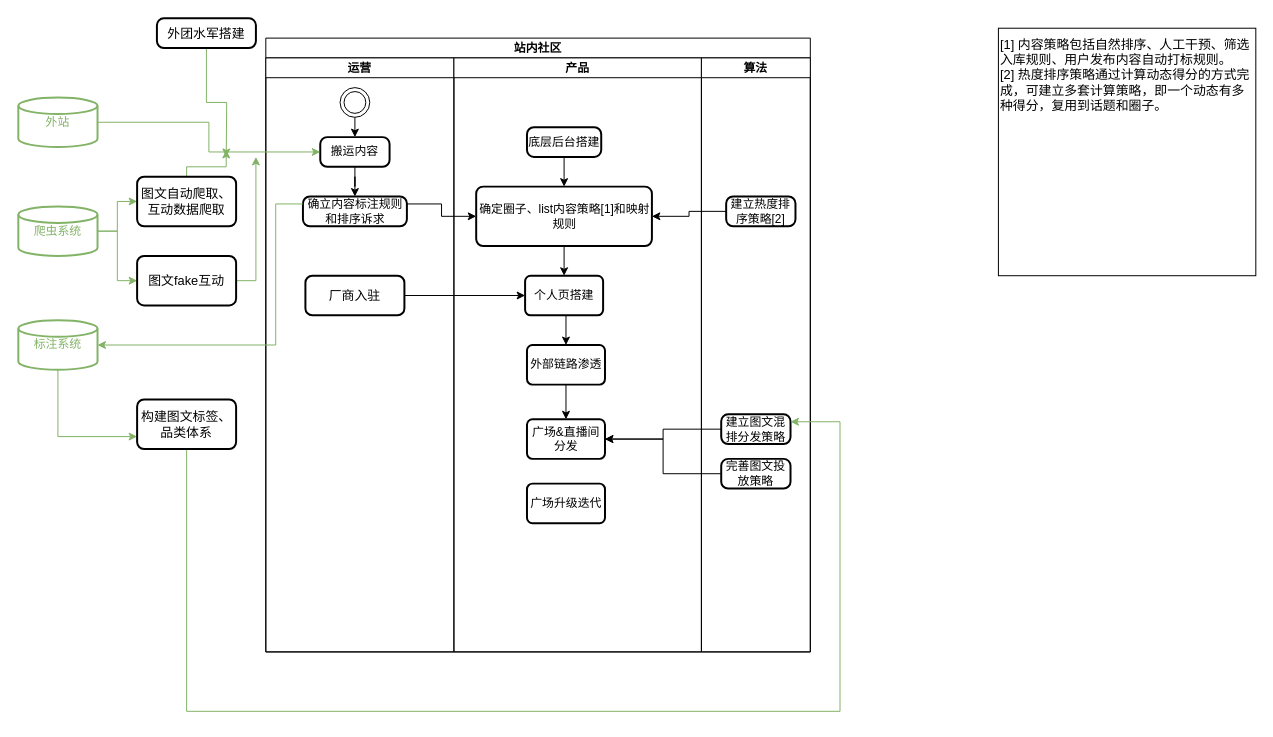
Earlier version of the draw.io diagram huya_community_workflow.drawio (GraceYongqi/huya_design). Source tidied: cells renumbered, new cells numbered last; positions are measured from the earlier drawing's top-left corner, leaving out a move shared by most shapes. Both pictures are drawn from the tidied source at 99%, with x=0, y=0 at pixel (18, 18).
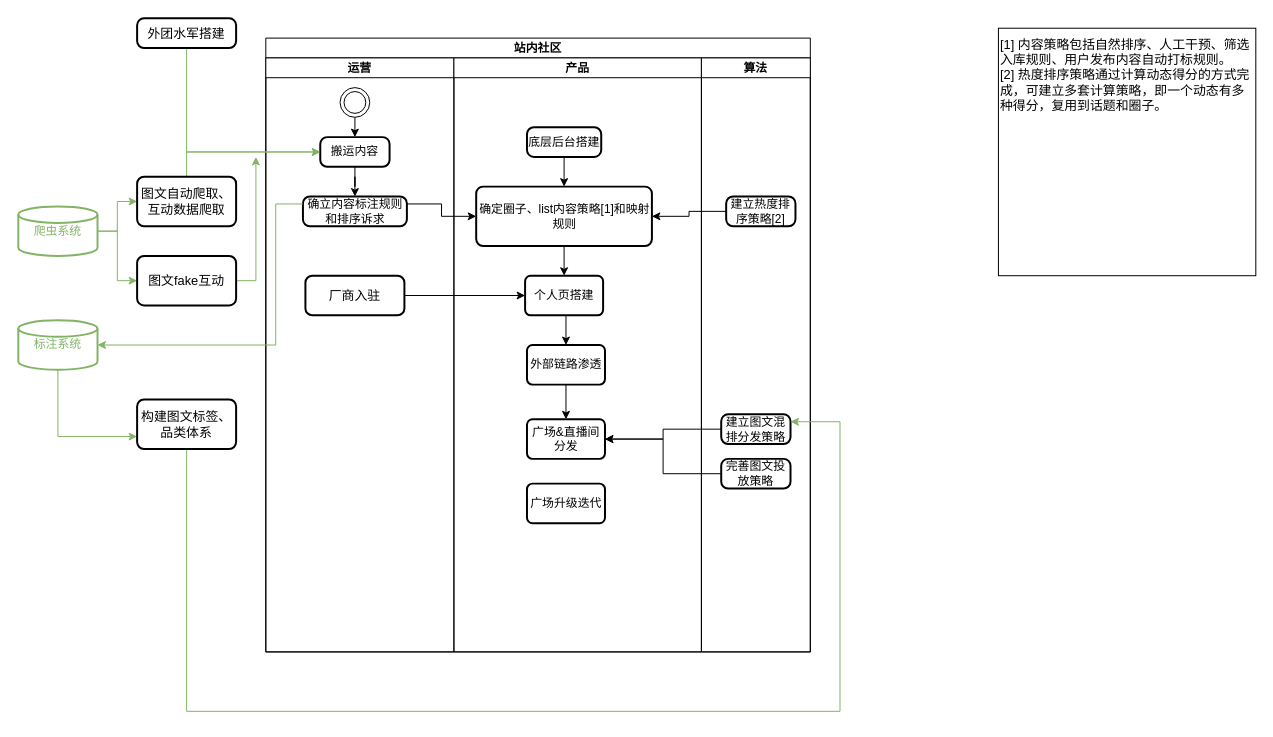
The same page after the edit.

Unchanged cells that the change refers to:
```xml
<mxCell id="7" value="搬运内容" style="rounded=1;whiteSpace=wrap;html=1;absoluteArcSize=1;arcSize=14;strokeWidth=2;" parent="3" vertex="1">
  <mxGeometry x="55" y="80" width="70" height="30" as="geometry" />
</mxCell>
<mxCell id="34" value="图文自动爬取、互动数据爬取" style="rounded=1;whiteSpace=wrap;html=1;absoluteArcSize=1;arcSize=14;strokeWidth=2;fontSize=13;" parent="1" vertex="1">
  <mxGeometry x="120" y="160" width="100" height="50" as="geometry" />
</mxCell>
```

The edit, as a diff of the source:
```diff
@@
-    <mxCell id="30" style="edgeStyle=orthogonalEdgeStyle;rounded=0;jettySize=auto;html=1;exitX=1;exitY=0.5;exitDx=0;exitDy=0;exitPerimeter=0;entryX=0;entryY=0.5;entryDx=0;entryDy=0;fillColor=#d5e8d4;strokeColor=#82B366;" parent="1" edge="1" source="31" target="7">
-      <mxGeometry relative="1" as="geometry" />
-    </mxCell>
-    <mxCell id="31" value="外站" style="strokeWidth=2;html=1;shape=mxgraph.flowchart.database;whiteSpace=wrap;fontColor=#82B366;strokeColor=#82B366;" parent="1" vertex="1">
-      <mxGeometry y="80" width="80" height="50" as="geometry" />
-    </mxCell>
@@
-    <mxCell id="33" style="edgeStyle=orthogonalEdgeStyle;rounded=0;jettySize=auto;html=1;fontSize=13;strokeColor=#82B366;" parent="1" edge="1" source="34">
+    <mxCell id="33" style="edgeStyle=orthogonalEdgeStyle;rounded=0;jettySize=auto;html=1;fontSize=13;strokeColor=#82B366;entryX=0;entryY=0.5;entryDx=0;entryDy=0;" parent="1" edge="1" source="34" target="7">
       <mxGeometry relative="1" as="geometry">
-        <mxPoint x="210" y="133" as="targetPoint" />
         <Array as="points">
-          <mxPoint x="170" y="150" />
-          <mxPoint x="210" y="150" />
+          <mxPoint x="170" y="135" />
         </Array>
       </mxGeometry>
     </mxCell>
@@
-    <mxCell id="37" style="edgeStyle=orthogonalEdgeStyle;rounded=0;jettySize=auto;html=1;exitX=0.5;exitY=1;exitDx=0;exitDy=0;fontSize=13;strokeColor=#82B366;" parent="1" edge="1" source="38">
+    <mxCell id="37" style="edgeStyle=orthogonalEdgeStyle;rounded=0;jettySize=auto;html=1;exitX=0.5;exitY=1;exitDx=0;exitDy=0;fontSize=13;strokeColor=#82B366;entryX=0;entryY=0.5;entryDx=0;entryDy=0;" parent="1" edge="1" source="38" target="7">
       <mxGeometry relative="1" as="geometry">
-        <mxPoint x="210" y="140" as="targetPoint" />
+        <Array as="points">
+          <mxPoint x="170" y="30" />
+          <mxPoint x="170" y="135" />
+        </Array>
       </mxGeometry>
     </mxCell>
     <mxCell id="38" value="外团水军搭建" style="rounded=1;whiteSpace=wrap;html=1;absoluteArcSize=1;arcSize=14;strokeWidth=2;fontSize=13;" parent="1" vertex="1">
-      <mxGeometry x="140" width="100" height="30" as="geometry" />
+      <mxGeometry x="120" width="100" height="30" as="geometry" />
     </mxCell>
```
